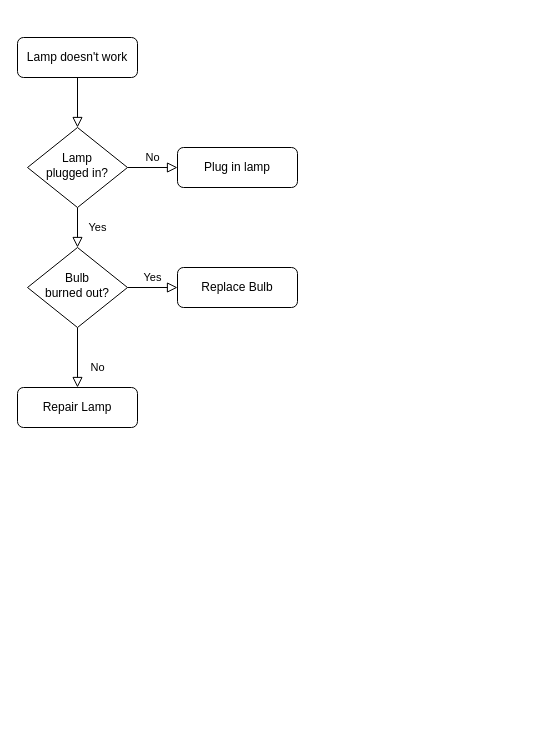
This is Untitled Diagram.drawio from kstar0707/Blockchain-and-Cryptography-Communication-System, a draw.io file, before an edit. Source tidied: cells renumbered, new cells numbered last; positions are measured from the earlier drawing's top-left corner, leaving out a move shared by most shapes. Both pictures are drawn from the tidied source at 100%, with x=0, y=0 at pixel (17, 37).
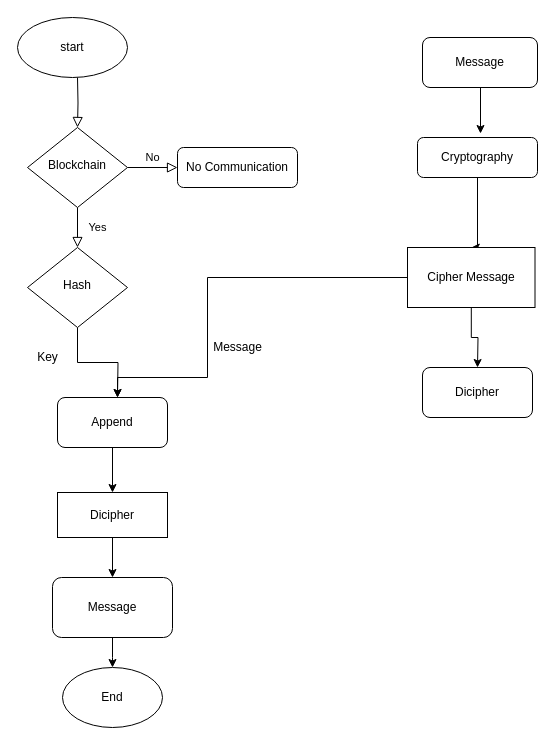
After the change.

Commit message:
Crypto+block com.drawio

Diff of the diagram source:
```diff
@@
-    <mxCell id="2" style="rounded=0;html=1;jettySize=auto;fontSize=11;endArrow=block;endFill=0;endSize=8;strokeWidth=1;shadow=0;labelBackgroundColor=none;edgeStyle=orthogonalEdgeStyle;" parent="1" edge="1" source="3" target="6">
-      <mxGeometry relative="1" as="geometry" />
+    <mxCell id="2" style="rounded=0;html=1;jettySize=auto;fontSize=11;endArrow=block;endFill=0;endSize=8;strokeWidth=1;shadow=0;labelBackgroundColor=none;edgeStyle=orthogonalEdgeStyle;" parent="1" edge="1" target="6">
+      <mxGeometry relative="1" as="geometry">
+        <mxPoint x="60" y="40" as="sourcePoint" />
+      </mxGeometry>
     </mxCell>
-    <mxCell id="3" value="Lamp doesn't work" style="rounded=1;whiteSpace=wrap;html=1;fontSize=12;glass=0;strokeWidth=1;shadow=0;" parent="1" vertex="1">
-      <mxGeometry width="120" height="40" as="geometry" />
-    </mxCell>
@@
-    <mxCell id="6" value="Lamp&lt;br&gt;plugged in?" style="rhombus;whiteSpace=wrap;html=1;shadow=0;fontFamily=Helvetica;fontSize=12;align=center;strokeWidth=1;spacing=6;spacingTop=-4;" parent="1" vertex="1">
+    <mxCell id="6" value="Blockchain" style="rhombus;whiteSpace=wrap;html=1;shadow=0;fontFamily=Helvetica;fontSize=12;align=center;strokeWidth=1;spacing=6;spacingTop=-4;" parent="1" vertex="1">
       <mxGeometry x="10" y="90" width="100" height="80" as="geometry" />
     </mxCell>
-    <mxCell id="7" value="Plug in lamp" style="rounded=1;whiteSpace=wrap;html=1;fontSize=12;glass=0;strokeWidth=1;shadow=0;" parent="1" vertex="1">
+    <mxCell id="7" value="No Communication" style="rounded=1;whiteSpace=wrap;html=1;fontSize=12;glass=0;strokeWidth=1;shadow=0;" parent="1" vertex="1">
       <mxGeometry x="160" y="110" width="120" height="40" as="geometry" />
     </mxCell>
-    <mxCell id="8" value="No" style="rounded=0;html=1;jettySize=auto;fontSize=11;endArrow=block;endFill=0;endSize=8;strokeWidth=1;shadow=0;labelBackgroundColor=none;edgeStyle=orthogonalEdgeStyle;" parent="1" edge="1" source="10" target="11">
-      <mxGeometry x="0.33" y="20" relative="1" as="geometry" />
-    </mxCell>
-    <mxCell id="9" value="Yes" style="edgeStyle=orthogonalEdgeStyle;rounded=0;html=1;jettySize=auto;fontSize=11;endArrow=block;endFill=0;endSize=8;strokeWidth=1;shadow=0;labelBackgroundColor=none;" parent="1" edge="1" source="10" target="12">
-      <mxGeometry y="10" relative="1" as="geometry" />
-    </mxCell>
+    <mxCell id="13" style="edgeStyle=orthogonalEdgeStyle;rounded=0;jettySize=auto;html=1;exitX=0.5;exitY=1;exitDx=0;exitDy=0;" parent="1" edge="1" source="10">
+      <mxGeometry relative="1" as="geometry">
+        <mxPoint x="100" y="360" as="targetPoint" />
+      </mxGeometry>
+    </mxCell>
-    <mxCell id="10" value="Bulb&lt;br&gt;burned out?" style="rhombus;whiteSpace=wrap;html=1;shadow=0;fontFamily=Helvetica;fontSize=12;align=center;strokeWidth=1;spacing=6;spacingTop=-4;" parent="1" vertex="1">
+    <mxCell id="10" value="Hash" style="rhombus;whiteSpace=wrap;html=1;shadow=0;fontFamily=Helvetica;fontSize=12;align=center;strokeWidth=1;spacing=6;spacingTop=-4;" parent="1" vertex="1">
       <mxGeometry x="10" y="210" width="100" height="80" as="geometry" />
     </mxCell>
-    <mxCell id="11" value="Repair Lamp" style="rounded=1;whiteSpace=wrap;html=1;fontSize=12;glass=0;strokeWidth=1;shadow=0;" parent="1" vertex="1">
-      <mxGeometry y="350" width="120" height="40" as="geometry" />
-    </mxCell>
-    <mxCell id="12" value="Replace Bulb" style="rounded=1;whiteSpace=wrap;html=1;fontSize=12;glass=0;strokeWidth=1;shadow=0;" parent="1" vertex="1">
-      <mxGeometry x="160" y="230" width="120" height="40" as="geometry" />
-    </mxCell>
+    <mxCell id="14" style="edgeStyle=orthogonalEdgeStyle;rounded=0;jettySize=auto;html=1;entryX=0.5;entryY=0;entryDx=0;entryDy=0;" parent="1" edge="1" source="15" target="18">
+      <mxGeometry relative="1" as="geometry">
+        <Array as="points">
+          <mxPoint x="460" y="210" />
+        </Array>
+      </mxGeometry>
+    </mxCell>
+    <mxCell id="15" value="Cryptography" style="rounded=1;whiteSpace=wrap;html=1;" parent="1" vertex="1">
+      <mxGeometry x="400" y="100" width="120" height="40" as="geometry" />
+    </mxCell>
+    <mxCell id="16" style="edgeStyle=orthogonalEdgeStyle;rounded=0;jettySize=auto;html=1;" parent="1" edge="1" source="18">
+      <mxGeometry relative="1" as="geometry">
+        <mxPoint x="460" y="330" as="targetPoint" />
+      </mxGeometry>
+    </mxCell>
+    <mxCell id="17" style="edgeStyle=orthogonalEdgeStyle;rounded=0;jettySize=auto;html=1;" parent="1" edge="1" source="18">
+      <mxGeometry relative="1" as="geometry">
+        <mxPoint x="100" y="360" as="targetPoint" />
+        <Array as="points">
+          <mxPoint x="190" y="240" />
+          <mxPoint x="190" y="340" />
+          <mxPoint x="100" y="340" />
+        </Array>
+      </mxGeometry>
+    </mxCell>
+    <mxCell id="18" value="Cipher Message" style="rounded=0;whiteSpace=wrap;html=1;" parent="1" vertex="1">
+      <mxGeometry x="390" y="210" width="127.5" height="60" as="geometry" />
+    </mxCell>
+    <mxCell id="19" style="edgeStyle=orthogonalEdgeStyle;rounded=0;jettySize=auto;html=1;" parent="1" edge="1" source="20">
+      <mxGeometry relative="1" as="geometry">
+        <mxPoint x="463" y="96" as="targetPoint" />
+        <Array as="points">
+          <mxPoint x="463" y="96" />
+        </Array>
+      </mxGeometry>
+    </mxCell>
+    <mxCell id="20" value="Message" style="rounded=1;whiteSpace=wrap;html=1;" parent="1" vertex="1">
+      <mxGeometry x="405" width="115" height="50" as="geometry" />
+    </mxCell>
+    <mxCell id="21" value="Dicipher" style="rounded=1;whiteSpace=wrap;html=1;" parent="1" vertex="1">
+      <mxGeometry x="405" y="330" width="110" height="50" as="geometry" />
+    </mxCell>
+    <mxCell id="22" style="edgeStyle=orthogonalEdgeStyle;rounded=0;jettySize=auto;html=1;entryX=0.5;entryY=0;entryDx=0;entryDy=0;" parent="1" edge="1" source="23" target="27">
+      <mxGeometry relative="1" as="geometry" />
+    </mxCell>
+    <mxCell id="23" value="Append" style="rounded=1;whiteSpace=wrap;html=1;" parent="1" vertex="1">
+      <mxGeometry x="40" y="360" width="110" height="50" as="geometry" />
+    </mxCell>
+    <mxCell id="24" value="Key" style="text;html=1;align=center;verticalAlign=middle;strokeColor=none;fillColor=none;" parent="1" vertex="1">
+      <mxGeometry x="10" y="310" width="40" height="20" as="geometry" />
+    </mxCell>
+    <mxCell id="25" value="Message" style="text;html=1;align=center;verticalAlign=middle;strokeColor=none;fillColor=none;" parent="1" vertex="1">
+      <mxGeometry x="190" y="300" width="60" height="20" as="geometry" />
+    </mxCell>
+    <mxCell id="26" style="edgeStyle=orthogonalEdgeStyle;rounded=0;jettySize=auto;html=1;entryX=0.5;entryY=0;entryDx=0;entryDy=0;" parent="1" edge="1" source="27" target="31">
+      <mxGeometry relative="1" as="geometry" />
+    </mxCell>
+    <mxCell id="27" value="Dicipher" style="rounded=0;whiteSpace=wrap;html=1;" parent="1" vertex="1">
+      <mxGeometry x="40" y="455" width="110" height="45" as="geometry" />
+    </mxCell>
+    <mxCell id="28" value="start" style="ellipse;whiteSpace=wrap;html=1;" parent="1" vertex="1">
+      <mxGeometry y="-20" width="110" height="60" as="geometry" />
+    </mxCell>
+    <mxCell id="29" value="End" style="ellipse;whiteSpace=wrap;html=1;" parent="1" vertex="1">
+      <mxGeometry x="45" y="630" width="100" height="60" as="geometry" />
+    </mxCell>
+    <mxCell id="30" style="edgeStyle=orthogonalEdgeStyle;rounded=0;jettySize=auto;html=1;" parent="1" edge="1" source="31">
+      <mxGeometry relative="1" as="geometry">
+        <mxPoint x="95" y="630" as="targetPoint" />
+      </mxGeometry>
+    </mxCell>
+    <mxCell id="31" value="Message" style="rounded=1;whiteSpace=wrap;html=1;" parent="1" vertex="1">
+      <mxGeometry x="35" y="540" width="120" height="60" as="geometry" />
+    </mxCell>
```
